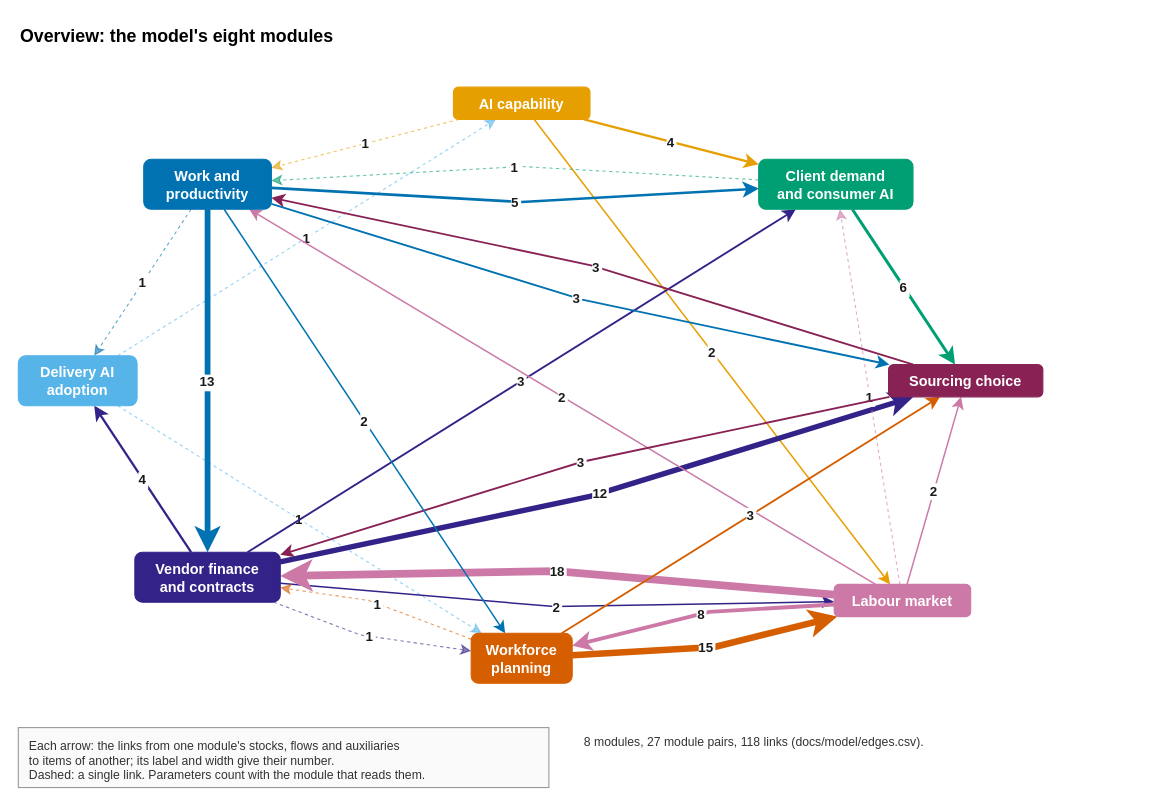
Above: docs/model/diagrams/overview.drawio in stravoris-tech/ai-it-labour-sim (draw.io), before the change. Source tidied: cells renumbered, new cells numbered last; positions are measured from the earlier drawing's top-left corner, leaving out a move shared by most shapes. Both pictures are drawn from the tidied source at 111%, with x=0, y=0 at pixel (18, 18).
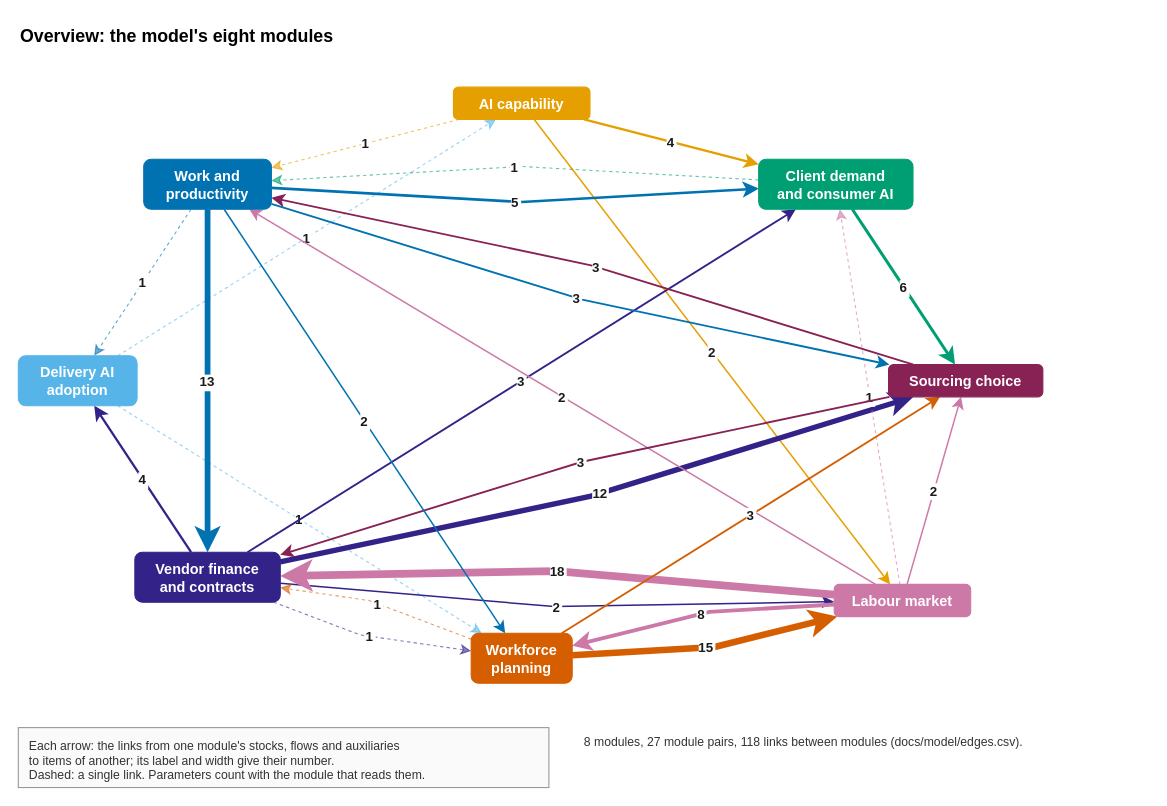
The same page after the edit.

What changed in the source:
```diff
@@
-    <mxCell id="39" value="8 modules, 27 module pairs, 118 links (docs/model/edges.csv)." style="html=0;fontFamily=Helvetica;fontSize=12;text;align=left;verticalAlign=top;fontSize=11;strokeColor=none;fillColor=none;fontColor=#333333;" parent="1" vertex="1">
-      <mxGeometry x="508" y="639" width="408" height="26" as="geometry" />
+    <mxCell id="39" value="8 modules, 27 module pairs, 118 links between modules (docs/model/edges.csv)." style="html=0;fontFamily=Helvetica;fontSize=12;text;align=left;verticalAlign=top;fontSize=11;strokeColor=none;fillColor=none;fontColor=#333333;" parent="1" vertex="1">
+      <mxGeometry x="508" y="639" width="510" height="26" as="geometry" />
     </mxCell>
```
